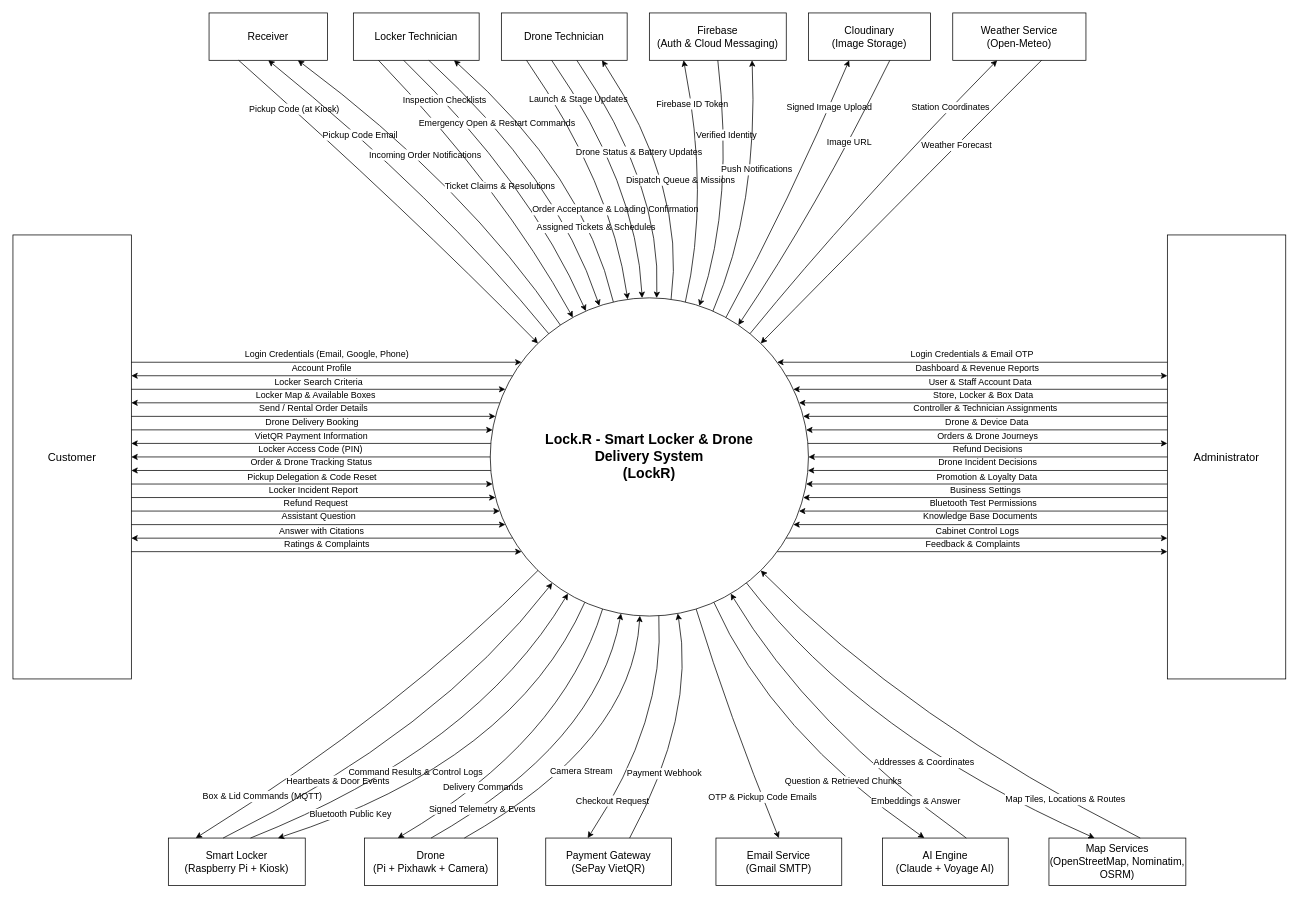
The draw.io diagram rp3/srs-assets/drawio/01-context-diagram.drawio in LockR-Tech/docs, before the edit. Source tidied: cells renumbered, new cells numbered last; positions are measured from the earlier drawing's top-left corner, leaving out a move shared by most shapes. Both pictures are drawn from the tidied source at 74%, with x=0, y=0 at pixel (13, 13).
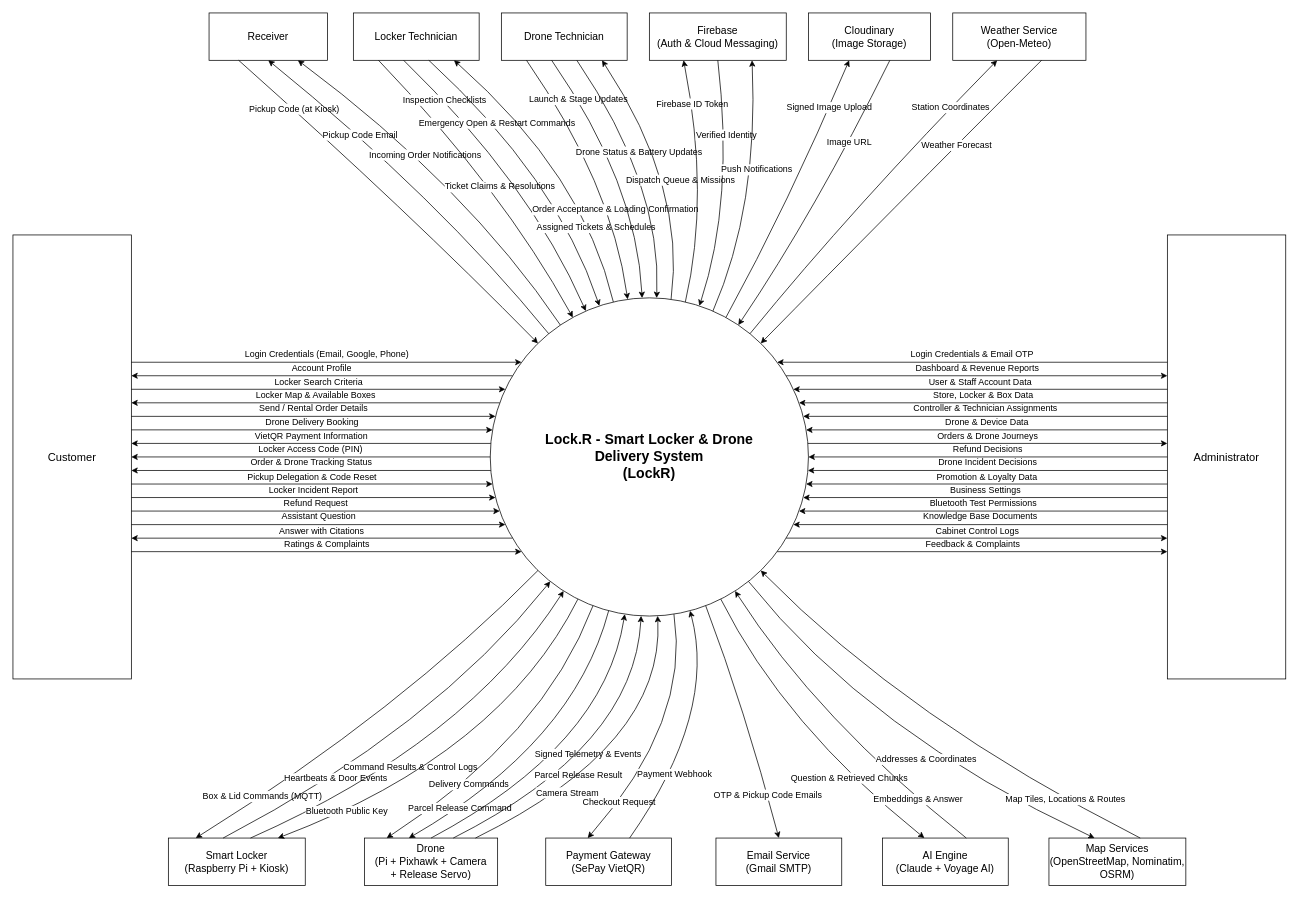
The same page after the edit.

Commit message (it also covers changes not shown here):
docs(diagrams): thêm luồng nhả hàng bằng servo vào context diagram

Drone nhận Parcel Release Command khi tủ báo nắp đã mở và gửi lại
Parcel Release Result; servo MG996R thay cho bước giả lập nhả hàng.

Unchanged cells that the change refers to:
```xml
<mxCell id="2" value="Lock.R - Smart Locker &amp;amp; Drone&lt;br&gt;Delivery System&lt;br&gt;(LockR)" style="ellipse;whiteSpace=wrap;html=1;fontSize=19;fontStyle=1;strokeColor=#000000;fillColor=#FFFFFF;" parent="1" vertex="1">
  <mxGeometry x="645" y="385" width="430" height="430" as="geometry" />
</mxCell>
<mxCell id="59" value="Smart Locker&lt;br&gt;(Raspberry Pi + Kiosk)" style="rounded=0;whiteSpace=wrap;html=1;fontSize=14;strokeColor=#000000;fillColor=#FFFFFF;fontColor=#000000;" parent="1" vertex="1">
  <mxGeometry x="210" y="1115" width="185" height="64" as="geometry" />
</mxCell>
<mxCell id="61" value="Payment Gateway&lt;br&gt;(SePay VietQR)" style="rounded=0;whiteSpace=wrap;html=1;fontSize=14;strokeColor=#000000;fillColor=#FFFFFF;fontColor=#000000;" parent="1" vertex="1">
  <mxGeometry x="720" y="1115" width="170" height="64" as="geometry" />
</mxCell>
<mxCell id="62" value="Email Service&lt;br&gt;(Gmail SMTP)" style="rounded=0;whiteSpace=wrap;html=1;fontSize=14;strokeColor=#000000;fillColor=#FFFFFF;fontColor=#000000;" parent="1" vertex="1">
  <mxGeometry x="950" y="1115" width="170" height="64" as="geometry" />
</mxCell>
<mxCell id="63" value="AI Engine&lt;br&gt;(Claude + Voyage AI)" style="rounded=0;whiteSpace=wrap;html=1;fontSize=14;strokeColor=#000000;fillColor=#FFFFFF;fontColor=#000000;" parent="1" vertex="1">
  <mxGeometry x="1175" y="1115" width="170" height="64" as="geometry" />
</mxCell>
<mxCell id="64" value="Map Services&lt;br&gt;(OpenStreetMap, Nominatim, OSRM)" style="rounded=0;whiteSpace=wrap;html=1;fontSize=14;strokeColor=#000000;fillColor=#FFFFFF;fontColor=#000000;" parent="1" vertex="1">
  <mxGeometry x="1400" y="1115" width="185" height="64" as="geometry" />
</mxCell>
```

What changed in the source:
```diff
@@
-    <mxCell id="60" value="Drone&lt;br&gt;(Pi + Pixhawk + Camera)" style="rounded=0;whiteSpace=wrap;html=1;fontSize=14;strokeColor=#000000;fillColor=#FFFFFF;fontColor=#000000;" parent="1" vertex="1">
+    <mxCell id="60" value="Drone&lt;br&gt;(Pi + Pixhawk + Camera&lt;br&gt;+ Release Servo)" style="rounded=0;whiteSpace=wrap;html=1;fontSize=14;strokeColor=#000000;fillColor=#FFFFFF;fontColor=#000000;" parent="1" vertex="1">
       <mxGeometry x="475" y="1115" width="180" height="64" as="geometry" />
     </mxCell>
@@
-    <mxCell id="66" value="Heartbeats &amp;amp; Door Events" style="curved=1;endArrow=classic;endFill=1;html=1;fontSize=12;strokeColor=#000000;fontColor=#000000;labelBackgroundColor=#FFFFFF;exitX=0.4000;exitY=0;exitDx=0;exitDy=0;entryX=0.1948;entryY=0.8960;entryDx=0;entryDy=0;entryPerimeter=0;" parent="1" edge="1" source="59" target="2">
+    <mxCell id="66" value="Heartbeats &amp;amp; Door Events" style="curved=1;endArrow=classic;endFill=1;html=1;fontSize=12;strokeColor=#000000;fontColor=#000000;labelBackgroundColor=#FFFFFF;exitX=0.4000;exitY=0;exitDx=0;exitDy=0;entryX=0.1885;entryY=0.8911;entryDx=0;entryDy=0;entryPerimeter=0;" parent="1" edge="1" source="59" target="2">
       <mxGeometry x="-0.4" relative="1" as="geometry">
         <Array as="points">
-          <mxPoint x="574.2" y="970.9" />
+          <mxPoint x="568.5" y="966" />
         </Array>
       </mxGeometry>
     </mxCell>
-    <mxCell id="67" value="Command Results &amp;amp; Control Logs" style="curved=1;endArrow=classic;endFill=1;html=1;fontSize=12;strokeColor=#000000;fontColor=#000000;labelBackgroundColor=#FFFFFF;exitX=0.6000;exitY=0;exitDx=0;exitDy=0;entryX=0.2441;entryY=0.9296;entryDx=0;entryDy=0;entryPerimeter=0;" parent="1" edge="1" source="59" target="2">
+    <mxCell id="67" value="Command Results &amp;amp; Control Logs" style="curved=1;endArrow=classic;endFill=1;html=1;fontSize=12;strokeColor=#000000;fontColor=#000000;labelBackgroundColor=#FFFFFF;exitX=0.6000;exitY=0;exitDx=0;exitDy=0;entryX=0.2306;entryY=0.9212;entryDx=0;entryDy=0;entryPerimeter=0;" parent="1" edge="1" source="59" target="2">
       <mxGeometry x="-0.16" relative="1" as="geometry">
         <Array as="points">
-          <mxPoint x="625.3" y="994" />
+          <mxPoint x="613.4" y="985.4" />
         </Array>
       </mxGeometry>
     </mxCell>
-    <mxCell id="68" value="Bluetooth Public Key" style="curved=1;endArrow=classic;endFill=1;html=1;fontSize=12;strokeColor=#000000;fontColor=#000000;labelBackgroundColor=#FFFFFF;exitX=0.2971;exitY=0.9570;exitDx=0;exitDy=0;exitPerimeter=0;entryX=0.8000;entryY=0;entryDx=0;entryDy=0;" parent="1" edge="1" source="2" target="59">
+    <mxCell id="68" value="Bluetooth Public Key" style="curved=1;endArrow=classic;endFill=1;html=1;fontSize=12;strokeColor=#000000;fontColor=#000000;labelBackgroundColor=#FFFFFF;exitX=0.2755;exitY=0.9468;exitDx=0;exitDy=0;exitPerimeter=0;entryX=0.8000;entryY=0;entryDx=0;entryDy=0;" parent="1" edge="1" source="2" target="59">
       <mxGeometry x="0.64" relative="1" as="geometry">
         <Array as="points">
-          <mxPoint x="677.3" y="1011.6" />
+          <mxPoint x="658.8" y="1000.5" />
         </Array>
       </mxGeometry>
     </mxCell>
-    <mxCell id="69" value="Delivery Commands" style="curved=1;endArrow=classic;endFill=1;html=1;fontSize=12;strokeColor=#000000;fontColor=#000000;labelBackgroundColor=#FFFFFF;exitX=0.3530;exitY=0.9779;exitDx=0;exitDy=0;exitPerimeter=0;entryX=0.2500;entryY=0;entryDx=0;entryDy=0;" parent="1" edge="1" source="2" target="60">
+    <mxCell id="69" value="Delivery Commands" style="curved=1;endArrow=classic;endFill=1;html=1;fontSize=12;strokeColor=#000000;fontColor=#000000;labelBackgroundColor=#FFFFFF;exitX=0.3229;exitY=0.9676;exitDx=0;exitDy=0;exitPerimeter=0;entryX=0.1667;entryY=0;entryDx=0;entryDy=0;" parent="1" edge="1" source="2" target="60">
       <mxGeometry x="0.4" relative="1" as="geometry">
         <Array as="points">
-          <mxPoint x="741.8" y="984.1" />
+          <mxPoint x="716.9" y="977.8" />
         </Array>
       </mxGeometry>
     </mxCell>
-    <mxCell id="70" value="Signed Telemetry &amp;amp; Events" style="curved=1;endArrow=classic;endFill=1;html=1;fontSize=12;strokeColor=#000000;fontColor=#000000;labelBackgroundColor=#FFFFFF;exitX=0.5000;exitY=0;exitDx=0;exitDy=0;entryX=0.4109;entryY=0.9920;entryDx=0;entryDy=0;entryPerimeter=0;" parent="1" edge="1" source="60" target="2">
-      <mxGeometry x="-0.64" relative="1" as="geometry">
+    <mxCell id="70" value="Parcel Release Command" style="curved=1;endArrow=classic;endFill=1;html=1;fontSize=12;strokeColor=#000000;fontColor=#000000;labelBackgroundColor=#FFFFFF;exitX=0.3721;exitY=0.9834;exitDx=0;exitDy=0;exitPerimeter=0;entryX=0.3333;entryY=0;entryDx=0;entryDy=0;" parent="1" edge="1" source="2" target="60">
+      <mxGeometry x="0.64" relative="1" as="geometry">
         <Array as="points">
-          <mxPoint x="789.8" y="987.6" />
+          <mxPoint x="757.9" y="985.8" />
         </Array>
       </mxGeometry>
     </mxCell>
-    <mxCell id="71" value="Camera Stream" style="curved=1;endArrow=classic;endFill=1;html=1;fontSize=12;strokeColor=#000000;fontColor=#000000;labelBackgroundColor=#FFFFFF;exitX=0.7500;exitY=0;exitDx=0;exitDy=0;entryX=0.4702;entryY=0.9991;entryDx=0;entryDy=0;entryPerimeter=0;" parent="1" edge="1" source="60" target="2">
-      <mxGeometry x="-0.16" relative="1" as="geometry">
+    <mxCell id="71" value="Signed Telemetry &amp;amp; Events" style="curved=1;endArrow=classic;endFill=1;html=1;fontSize=12;strokeColor=#000000;fontColor=#000000;labelBackgroundColor=#FFFFFF;exitX=0.5000;exitY=0;exitDx=0;exitDy=0;entryX=0.4227;entryY=0.9940;entryDx=0;entryDy=0;entryPerimeter=0;" parent="1" edge="1" source="60" target="2">
+      <mxGeometry x="0.08" relative="1" as="geometry">
         <Array as="points">
-          <mxPoint x="836.9" y="986.5" />
+          <mxPoint x="798.9" y="990.3" />
         </Array>
       </mxGeometry>
     </mxCell>
-    <mxCell id="72" value="Checkout Request" style="curved=1;endArrow=classic;endFill=1;html=1;fontSize=12;strokeColor=#000000;fontColor=#000000;labelBackgroundColor=#FFFFFF;exitX=0.5298;exitY=0.9991;exitDx=0;exitDy=0;exitPerimeter=0;entryX=0.3333;entryY=0;entryDx=0;entryDy=0;" parent="1" edge="1" source="2" target="61">
-      <mxGeometry x="0.64" relative="1" as="geometry">
+    <mxCell id="72" value="Parcel Release Result" style="curved=1;endArrow=classic;endFill=1;html=1;fontSize=12;strokeColor=#000000;fontColor=#000000;labelBackgroundColor=#FFFFFF;exitX=0.6667;exitY=0;exitDx=0;exitDy=0;entryX=0.4741;entryY=0.9993;entryDx=0;entryDy=0;entryPerimeter=0;" parent="1" edge="1" source="60" target="2">
+      <mxGeometry x="-0.16" relative="1" as="geometry">
         <Array as="points">
-          <mxPoint x="881.3" y="956.3" />
+          <mxPoint x="839.7" y="991.4" />
         </Array>
       </mxGeometry>
     </mxCell>
-    <mxCell id="73" value="Payment Webhook" style="curved=1;endArrow=classic;endFill=1;html=1;fontSize=12;strokeColor=#000000;fontColor=#000000;labelBackgroundColor=#FFFFFF;exitX=0.6667;exitY=0;exitDx=0;exitDy=0;entryX=0.5891;entryY=0.9920;entryDx=0;entryDy=0;entryPerimeter=0;" parent="1" edge="1" source="61" target="2">
+    <mxCell id="73" value="Camera Stream" style="curved=1;endArrow=classic;endFill=1;html=1;fontSize=12;strokeColor=#000000;fontColor=#000000;labelBackgroundColor=#FFFFFF;exitX=0.8333;exitY=0;exitDx=0;exitDy=0;entryX=0.5259;entryY=0.9993;entryDx=0;entryDy=0;entryPerimeter=0;" parent="1" edge="1" source="60" target="2">
       <mxGeometry x="-0.4" relative="1" as="geometry">
         <Array as="points">
-          <mxPoint x="923.2" y="949" />
+          <mxPoint x="880.2" y="989.2" />
         </Array>
       </mxGeometry>
     </mxCell>
-    <mxCell id="74" value="OTP &amp;amp; Pickup Code Emails" style="curved=1;endArrow=classic;endFill=1;html=1;fontSize=12;strokeColor=#000000;fontColor=#000000;labelBackgroundColor=#FFFFFF;exitX=0.6470;exitY=0.9779;exitDx=0;exitDy=0;exitPerimeter=0;entryX=0.5000;entryY=0;entryDx=0;entryDy=0;" parent="1" edge="1" source="2" target="62">
+    <mxCell id="74" value="Checkout Request" style="curved=1;endArrow=classic;endFill=1;html=1;fontSize=12;strokeColor=#000000;fontColor=#000000;labelBackgroundColor=#FFFFFF;exitX=0.5773;exitY=0.9940;exitDx=0;exitDy=0;exitPerimeter=0;entryX=0.3333;entryY=0;entryDx=0;entryDy=0;" parent="1" edge="1" source="2" target="61">
       <mxGeometry x="0.64" relative="1" as="geometry">
         <Array as="points">
-          <mxPoint x="966.8" y="947" />
+          <mxPoint x="915.8" y="956.6" />
         </Array>
       </mxGeometry>
     </mxCell>
-    <mxCell id="75" value="Question &amp;amp; Retrieved Chunks" style="curved=1;endArrow=classic;endFill=1;html=1;fontSize=12;strokeColor=#000000;fontColor=#000000;labelBackgroundColor=#FFFFFF;exitX=0.7029;exitY=0.9570;exitDx=0;exitDy=0;exitPerimeter=0;entryX=0.3333;entryY=0;entryDx=0;entryDy=0;" parent="1" edge="1" source="2" target="63">
-      <mxGeometry x="0.4" relative="1" as="geometry">
+    <mxCell id="75" value="Payment Webhook" style="curved=1;endArrow=classic;endFill=1;html=1;fontSize=12;strokeColor=#000000;fontColor=#000000;labelBackgroundColor=#FFFFFF;exitX=0.6667;exitY=0;exitDx=0;exitDy=0;entryX=0.6279;entryY=0.9834;entryDx=0;entryDy=0;entryPerimeter=0;" parent="1" edge="1" source="61" target="2">
+      <mxGeometry x="-0.4" relative="1" as="geometry">
         <Array as="points">
-          <mxPoint x="1025.2" y="972.1" />
+          <mxPoint x="951.6" y="946.1" />
         </Array>
       </mxGeometry>
     </mxCell>
-    <mxCell id="76" value="Embeddings &amp;amp; Answer" style="curved=1;endArrow=classic;endFill=1;html=1;fontSize=12;strokeColor=#000000;fontColor=#000000;labelBackgroundColor=#FFFFFF;exitX=0.6667;exitY=0;exitDx=0;exitDy=0;entryX=0.7559;entryY=0.9296;entryDx=0;entryDy=0;entryPerimeter=0;" parent="1" edge="1" source="63" target="2">
-      <mxGeometry x="-0.64" relative="1" as="geometry">
+    <mxCell id="76" value="OTP &amp;amp; Pickup Code Emails" style="curved=1;endArrow=classic;endFill=1;html=1;fontSize=12;strokeColor=#000000;fontColor=#000000;labelBackgroundColor=#FFFFFF;exitX=0.6771;exitY=0.9676;exitDx=0;exitDy=0;exitPerimeter=0;entryX=0.5000;entryY=0;entryDx=0;entryDy=0;" parent="1" edge="1" source="2" target="62">
+      <mxGeometry x="0.64" relative="1" as="geometry">
         <Array as="points">
-          <mxPoint x="1075.7" y="962" />
+          <mxPoint x="988.6" y="939.6" />
         </Array>
       </mxGeometry>
     </mxCell>
-    <mxCell id="77" value="Addresses &amp;amp; Coordinates" style="curved=1;endArrow=classic;endFill=1;html=1;fontSize=12;strokeColor=#000000;fontColor=#000000;labelBackgroundColor=#FFFFFF;exitX=0.8052;exitY=0.8960;exitDx=0;exitDy=0;exitPerimeter=0;entryX=0.3333;entryY=0;entryDx=0;entryDy=0;" parent="1" edge="1" source="2" target="64">
-      <mxGeometry x="0.16" relative="1" as="geometry">
+    <mxCell id="77" value="Question &amp;amp; Retrieved Chunks" style="curved=1;endArrow=classic;endFill=1;html=1;fontSize=12;strokeColor=#000000;fontColor=#000000;labelBackgroundColor=#FFFFFF;exitX=0.7245;exitY=0.9468;exitDx=0;exitDy=0;exitPerimeter=0;entryX=0.3333;entryY=0;entryDx=0;entryDy=0;" parent="1" edge="1" source="2" target="63">
+      <mxGeometry x="0.4" relative="1" as="geometry">
         <Array as="points">
-          <mxPoint x="1151.5" y="978.2" />
+          <mxPoint x="1042.2" y="962.7" />
         </Array>
       </mxGeometry>
     </mxCell>
-    <mxCell id="78" value="Map Tiles, Locations &amp;amp; Routes" style="curved=1;endArrow=classic;endFill=1;html=1;fontSize=12;strokeColor=#000000;fontColor=#000000;labelBackgroundColor=#FFFFFF;exitX=0.6667;exitY=0;exitDx=0;exitDy=0;entryX=0.8502;entryY=0.8569;entryDx=0;entryDy=0;entryPerimeter=0;" parent="1" edge="1" source="64" target="2">
+    <mxCell id="78" value="Embeddings &amp;amp; Answer" style="curved=1;endArrow=classic;endFill=1;html=1;fontSize=12;strokeColor=#000000;fontColor=#000000;labelBackgroundColor=#FFFFFF;exitX=0.6667;exitY=0;exitDx=0;exitDy=0;entryX=0.7694;entryY=0.9212;entryDx=0;entryDy=0;entryPerimeter=0;" parent="1" edge="1" source="63" target="2">
       <mxGeometry x="-0.64" relative="1" as="geometry">
         <Array as="points">
-          <mxPoint x="1208.3" y="954.9" />
+          <mxPoint x="1086.7" y="954.5" />
         </Array>
       </mxGeometry>
     </mxCell>
+    <mxCell id="79" value="Addresses &amp;amp; Coordinates" style="curved=1;endArrow=classic;endFill=1;html=1;fontSize=12;strokeColor=#000000;fontColor=#000000;labelBackgroundColor=#FFFFFF;exitX=0.8115;exitY=0.8911;exitDx=0;exitDy=0;exitPerimeter=0;entryX=0.3333;entryY=0;entryDx=0;entryDy=0;" parent="1" edge="1" source="2" target="64">
+      <mxGeometry x="0.16" relative="1" as="geometry">
+        <Array as="points">
+          <mxPoint x="1157.2" y="973.1" />
+        </Array>
+      </mxGeometry>
+    </mxCell>
+    <mxCell id="80" value="Map Tiles, Locations &amp;amp; Routes" style="curved=1;endArrow=classic;endFill=1;html=1;fontSize=12;strokeColor=#000000;fontColor=#000000;labelBackgroundColor=#FFFFFF;exitX=0.6667;exitY=0;exitDx=0;exitDy=0;entryX=0.8502;entryY=0.8569;entryDx=0;entryDy=0;entryPerimeter=0;" parent="1" edge="1" source="64" target="2">
+      <mxGeometry x="-0.64" relative="1" as="geometry">
+        <Array as="points">
+          <mxPoint x="1208.3" y="954.9" />
+        </Array>
+      </mxGeometry>
+    </mxCell>
```
